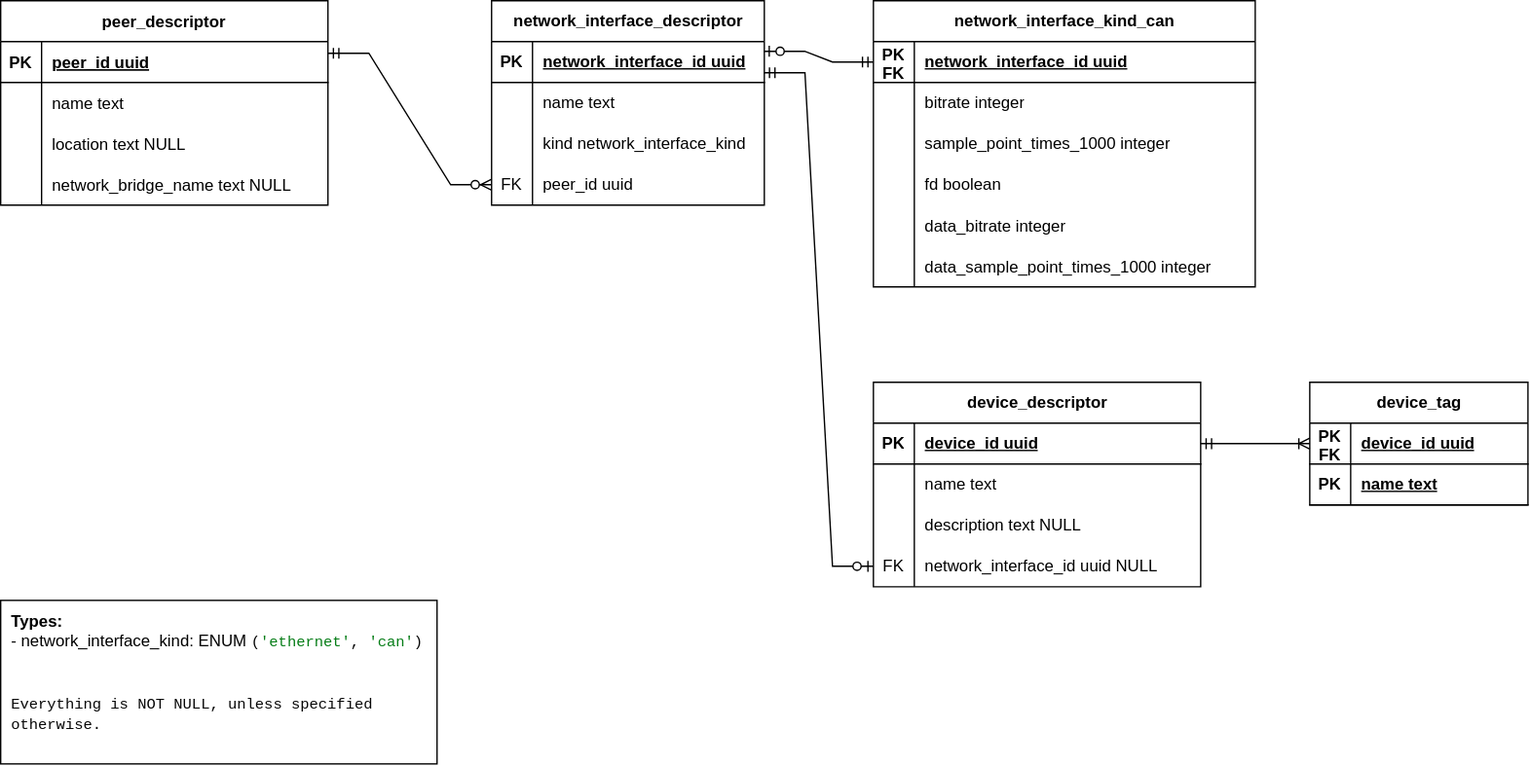
The draw.io diagram doc/src/architecture/carl/img/database-schema.svg in eclipse-opendut/opendut, before a commit. Source tidied: cells renumbered, new cells last; positions are measured from the earlier drawing's top-left corner, leaving out a move shared by most shapes.
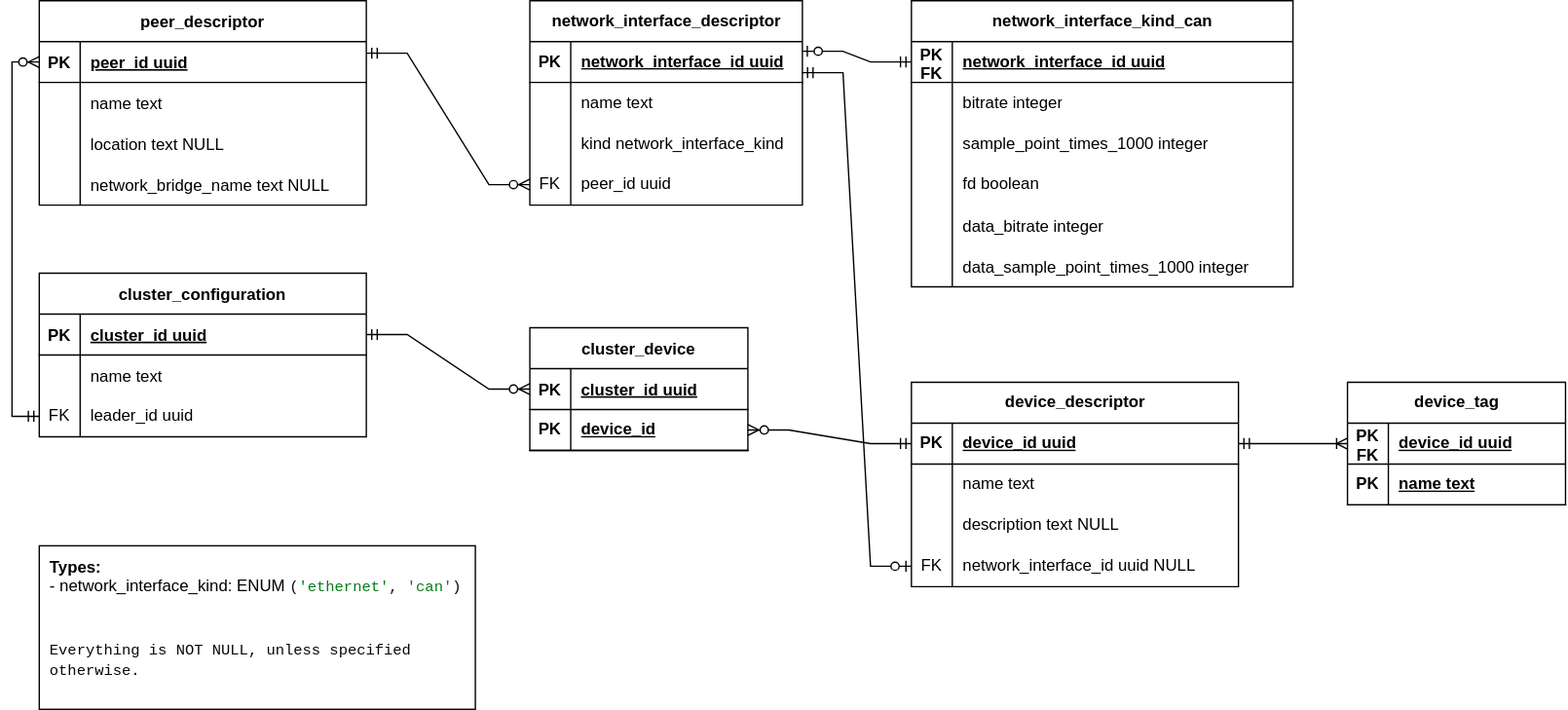
After the commit.

Diff of the diagram source:
```diff
@@ -144,7 +144,7 @@
       <mxGeometry relative="1" as="geometry" />
     </mxCell>
     <mxCell id="49" value="&lt;b&gt;Types:&lt;/b&gt;&lt;br&gt;- network_interface_kind:&amp;nbsp;ENUM &lt;span style=&quot;font-family: &amp;quot;Fira Code&amp;quot;, monospace; font-size: 8.3pt; background-color: rgb(255, 255, 255); color: rgb(8, 8, 8);&quot;&gt;(&lt;/span&gt;&lt;span style=&quot;font-family: &amp;quot;Fira Code&amp;quot;, monospace; font-size: 8.3pt; background-color: rgb(255, 255, 255); color: rgb(6, 125, 23);&quot;&gt;'ethernet'&lt;/span&gt;&lt;span style=&quot;font-family: &amp;quot;Fira Code&amp;quot;, monospace; font-size: 8.3pt; background-color: rgb(255, 255, 255); color: rgb(8, 8, 8);&quot;&gt;, &lt;/span&gt;&lt;span style=&quot;font-family: &amp;quot;Fira Code&amp;quot;, monospace; font-size: 8.3pt; background-color: rgb(255, 255, 255); color: rgb(6, 125, 23);&quot;&gt;'can'&lt;/span&gt;&lt;span style=&quot;font-family: &amp;quot;Fira Code&amp;quot;, monospace; font-size: 8.3pt; background-color: rgb(255, 255, 255); color: rgb(8, 8, 8);&quot;&gt;)&lt;br&gt;&lt;br&gt;&lt;br&gt;Everything is NOT NULL, unless specified otherwise.&lt;br&gt;&lt;/span&gt;" style="text;html=1;strokeColor=default;fillColor=none;align=left;verticalAlign=top;whiteSpace=wrap;rounded=0;spacing=4;spacingTop=0;spacingBottom=0;horizontal=1;spacingLeft=4;glass=0;shadow=0;" parent="1" vertex="1">
-      <mxGeometry y="440" width="320" height="120" as="geometry" />
+      <mxGeometry y="400" width="320" height="120" as="geometry" />
     </mxCell>
     <mxCell id="50" value="device_descriptor" style="shape=table;startSize=30;rowLines=0;fontStyle=1;align=center;html=1;" parent="1" vertex="1">
       <mxGeometry x="640" y="280" width="240" height="150" as="geometry" />
@@ -212,5 +212,70 @@
     <mxCell id="71" style="edgeStyle=entityRelationEdgeStyle;fontSize=12;html=1;endArrow=ERoneToMany;startArrow=ERmandOne;rounded=0;exitX=1;exitY=0.5;exitDx=0;exitDy=0;entryX=0;entryY=0.5;entryDx=0;entryDy=0;" parent="1" edge="1" source="51" target="64">
       <mxGeometry relative="1" as="geometry" />
     </mxCell>
+    <mxCell id="72" value="cluster_configuration" style="shape=table;startSize=30;rowLines=0;fontStyle=1;align=center;" parent="1" vertex="1">
+      <mxGeometry y="200" width="240" height="120" as="geometry" />
+    </mxCell>
+    <mxCell id="73" style="shape=partialRectangle;fillColor=none;points=[[0,0.5],[1,0.5]];portConstraint=eastwest;top=0;left=0;right=0;bottom=1;" parent="72" vertex="1">
+      <mxGeometry y="30" width="240" height="30" as="geometry" />
+    </mxCell>
+    <mxCell id="74" value="PK" style="shape=partialRectangle;overflow=hidden;fillColor=none;top=0;left=0;bottom=0;right=0;fontStyle=1;" parent="73" vertex="1">
+      <mxGeometry width="30" height="30" as="geometry" />
+    </mxCell>
+    <mxCell id="75" value="cluster_id uuid" style="shape=partialRectangle;overflow=hidden;fillColor=none;top=0;left=0;bottom=0;right=0;align=left;spacingLeft=6;fontStyle=5;" parent="73" vertex="1">
+      <mxGeometry x="30" width="210" height="30" as="geometry" />
+    </mxCell>
+    <mxCell id="76" style="shape=partialRectangle;fillColor=none;top=0;left=0;right=0;bottom=0;" parent="72" vertex="1">
+      <mxGeometry y="60" width="240" height="30" as="geometry" />
+    </mxCell>
+    <mxCell id="77" style="shape=partialRectangle;overflow=hidden;fillColor=none;top=0;left=0;bottom=0;right=0;" parent="76" vertex="1">
+      <mxGeometry width="30" height="30" as="geometry" />
+    </mxCell>
+    <mxCell id="78" value="name text" style="shape=partialRectangle;overflow=hidden;fillColor=none;top=0;left=0;bottom=0;right=0;align=left;spacingLeft=6;" parent="76" vertex="1">
+      <mxGeometry x="30" width="210" height="30" as="geometry" />
+    </mxCell>
+    <mxCell id="79" style="shape=tableRow;horizontal=0;startSize=0;swimlaneHead=0;swimlaneBody=0;fillColor=none;points=[[0,0.5],[1,0.5]];portConstraint=eastwest;top=0;left=0;right=0;bottom=0;" parent="72" vertex="1">
+      <mxGeometry y="90" width="240" height="30" as="geometry" />
+    </mxCell>
+    <mxCell id="80" value="FK" style="shape=partialRectangle;fillColor=none;top=0;left=0;bottom=0;right=0;fontStyle=0;overflow=hidden;whiteSpace=wrap;html=1;" parent="79" vertex="1">
+      <mxGeometry width="30" height="30" as="geometry" />
+    </mxCell>
+    <mxCell id="81" value="leader_id uuid" style="shape=partialRectangle;fillColor=none;top=0;left=0;bottom=0;right=0;align=left;spacingLeft=6;fontStyle=0;overflow=hidden;whiteSpace=wrap;html=1;" parent="79" vertex="1">
+      <mxGeometry x="30" width="210" height="30" as="geometry" />
+    </mxCell>
+    <mxCell id="82" style="edgeStyle=orthogonalEdgeStyle;fontSize=12;html=1;endArrow=ERzeroToMany;startArrow=ERmandOne;rounded=0;entryX=0;entryY=0.5;entryDx=0;entryDy=0;exitX=0;exitY=0.5;exitDx=0;exitDy=0;" parent="1" edge="1" source="79" target="3">
+      <mxGeometry relative="1" as="geometry">
+        <Array as="points">
+          <mxPoint x="-20" y="305" />
+          <mxPoint x="-20" y="45" />
+        </Array>
+      </mxGeometry>
+    </mxCell>
+    <mxCell id="83" value="cluster_device" style="shape=table;startSize=30;rowLines=0;fontStyle=1;align=center;" parent="1" vertex="1">
+      <mxGeometry x="360" y="240" width="160" height="90" as="geometry" />
+    </mxCell>
+    <mxCell id="84" style="shape=partialRectangle;fillColor=none;points=[[0,0.5],[1,0.5]];portConstraint=eastwest;top=0;left=0;right=0;bottom=1;" parent="83" vertex="1">
+      <mxGeometry y="30" width="160" height="30" as="geometry" />
+    </mxCell>
+    <mxCell id="85" value="PK" style="shape=partialRectangle;overflow=hidden;fillColor=none;top=0;left=0;bottom=0;right=0;fontStyle=1;" parent="84" vertex="1">
+      <mxGeometry width="30" height="30" as="geometry" />
+    </mxCell>
+    <mxCell id="86" value="cluster_id uuid" style="shape=partialRectangle;overflow=hidden;fillColor=none;top=0;left=0;bottom=0;right=0;align=left;spacingLeft=6;fontStyle=5;" parent="84" vertex="1">
+      <mxGeometry x="30" width="130" height="30" as="geometry" />
+    </mxCell>
+    <mxCell id="87" style="shape=tableRow;horizontal=0;startSize=0;swimlaneHead=0;swimlaneBody=0;fillColor=none;points=[[0,0.5],[1,0.5]];portConstraint=eastwest;top=0;left=0;right=0;bottom=1;" parent="83" vertex="1">
+      <mxGeometry y="60" width="160" height="30" as="geometry" />
+    </mxCell>
+    <mxCell id="88" value="PK" style="shape=partialRectangle;fillColor=none;top=0;left=0;bottom=0;right=0;fontStyle=1;overflow=hidden;whiteSpace=wrap;html=1;" parent="87" vertex="1">
+      <mxGeometry width="30" height="30" as="geometry" />
+    </mxCell>
+    <mxCell id="89" value="device_id" style="shape=partialRectangle;fillColor=none;top=0;left=0;bottom=0;right=0;align=left;spacingLeft=6;fontStyle=5;overflow=hidden;whiteSpace=wrap;html=1;" parent="87" vertex="1">
+      <mxGeometry x="30" width="130" height="30" as="geometry" />
+    </mxCell>
+    <mxCell id="90" style="edgeStyle=entityRelationEdgeStyle;fontSize=12;html=1;endArrow=ERzeroToMany;startArrow=ERmandOne;rounded=0;exitX=1;exitY=0.5;exitDx=0;exitDy=0;entryX=0;entryY=0.5;entryDx=0;entryDy=0;" parent="1" edge="1" source="73" target="84">
+      <mxGeometry relative="1" as="geometry" />
+    </mxCell>
+    <mxCell id="91" style="edgeStyle=entityRelationEdgeStyle;fontSize=12;html=1;endArrow=ERzeroToMany;startArrow=ERmandOne;rounded=0;exitX=0;exitY=0.5;exitDx=0;exitDy=0;" parent="1" edge="1" source="51" target="87">
+      <mxGeometry relative="1" as="geometry" />
+    </mxCell>
   </root>
 </mxGraphModel>
```
